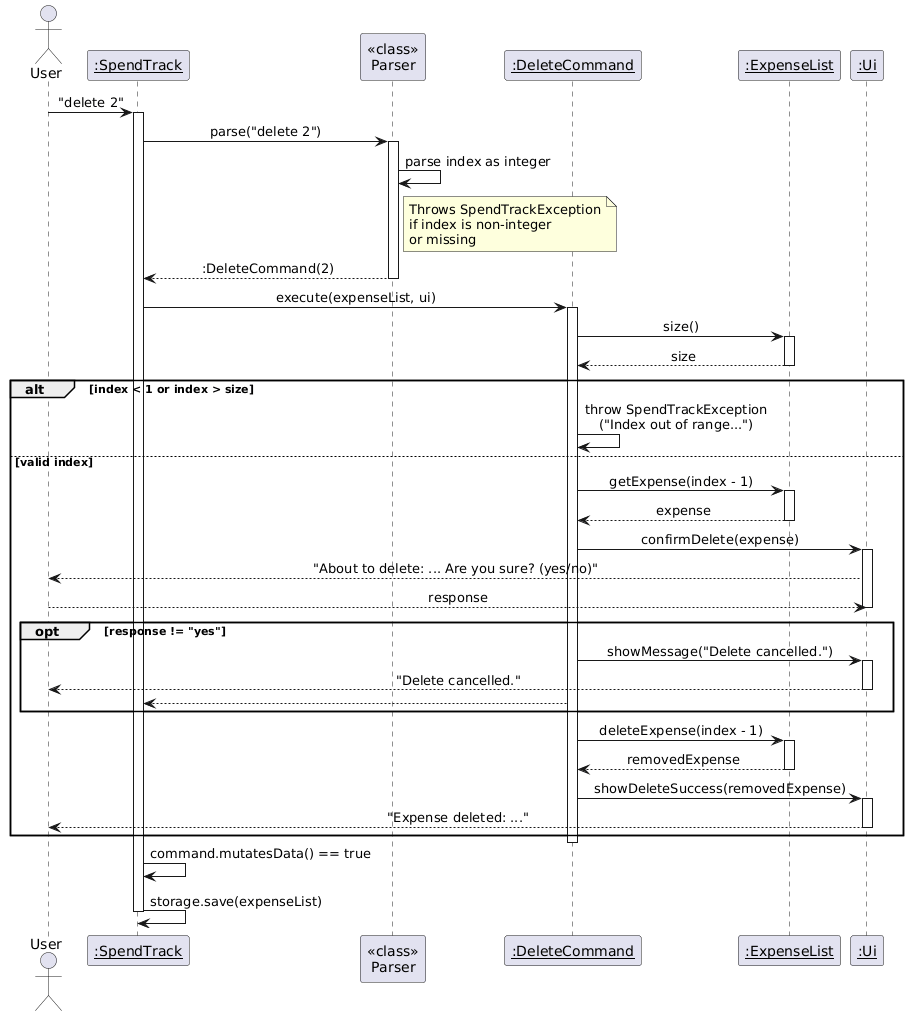
AbhijitBalajee/tp keeps this PlantUML diagram as docs/images/DeleteCommandSequence.png. Above is the earlier version. The source it was exported from:
```plantuml
@startuml
!define BGCOLOR white
skinparam backgroundColor BGCOLOR
skinparam sequenceMessageAlign center

actor User
participant "<u>:SpendTrack</u>" as ST
participant "<<class>>\nParser" as P
participant "<u>:DeleteCommand</u>" as DC
participant "<u>:ExpenseList</u>" as EL
participant "<u>:Ui</u>" as UI

User -> ST : "delete 2"
activate ST

ST -> P : parse("delete 2")
activate P
P -> P : parse index as integer
note right of P
  Throws SpendTrackException
  if index is non-integer
  or missing
end note
P --> ST : :DeleteCommand(2)
deactivate P

ST -> DC : execute(expenseList, ui)
activate DC

DC -> EL : size()
activate EL
EL --> DC : size
deactivate EL

alt index < 1 or index > size
    DC -> DC : throw SpendTrackException\n("Index out of range...")
else valid index
    DC -> EL : getExpense(index - 1)
    activate EL
    EL --> DC : expense
    deactivate EL
    DC -> UI : confirmDelete(expense)
    activate UI
    UI --> User : "About to delete: ... Are you sure? (yes/no)"
    User --> UI : response
    deactivate UI
    opt response != "yes"
        DC -> UI : showMessage("Delete cancelled.")
        activate UI
        UI --> User : "Delete cancelled."
        deactivate UI
        DC --> ST
    end
    DC -> EL : deleteExpense(index - 1)
    activate EL
    EL --> DC : removedExpense
    deactivate EL
    DC -> UI : showDeleteSuccess(removedExpense)
    activate UI
    UI --> User : "Expense deleted: ..."
    deactivate UI
end

deactivate DC

ST -> ST : command.mutatesData() == true
ST -> ST : storage.save(expenseList)

deactivate ST
@enduml
```
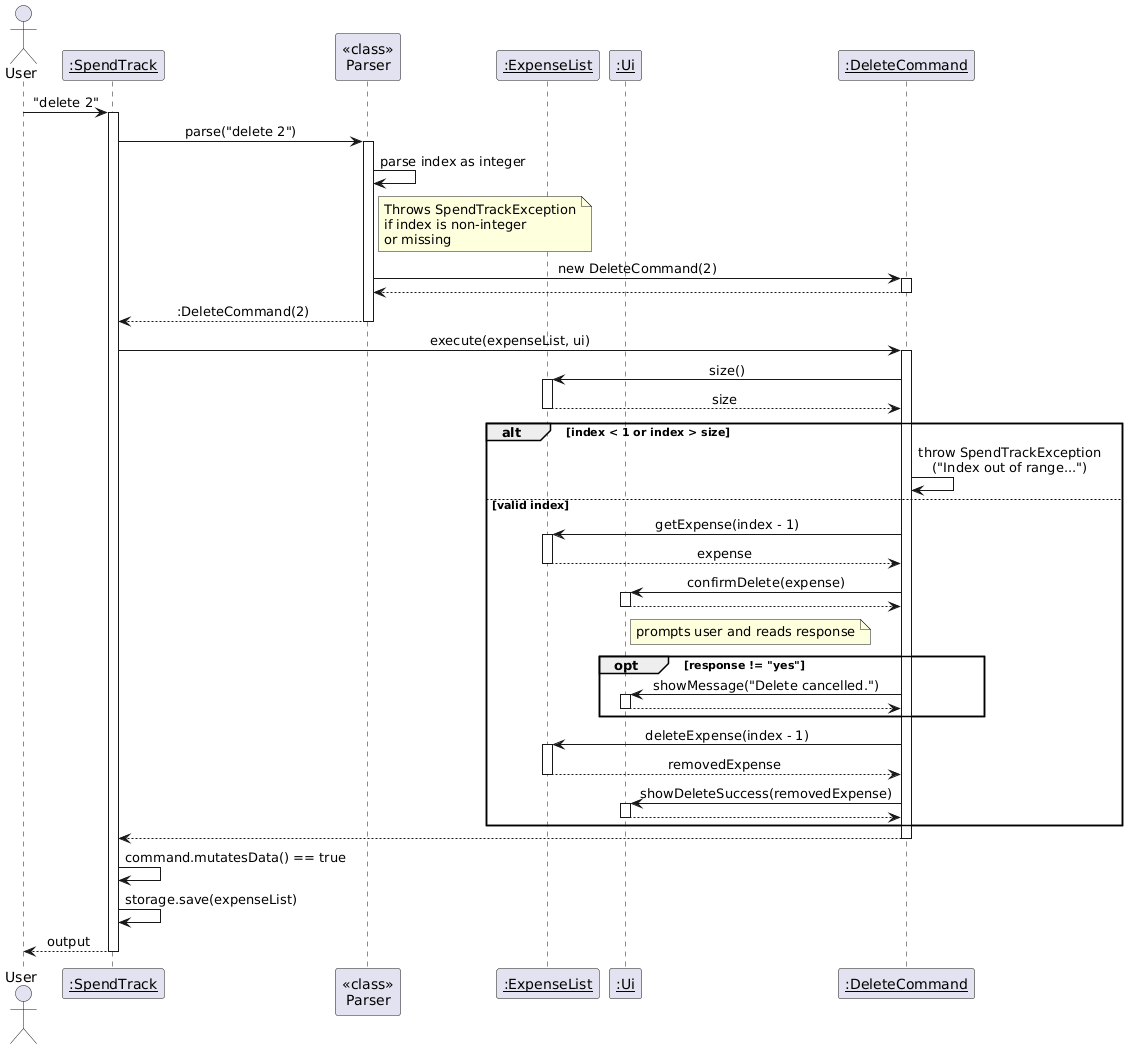
The same diagram one commit later.

The edit, as a diff of the source:
```diff
@@ -21,6 +21,11 @@
   if index is non-integer
   or missing
 end note
+create "<u>:DeleteCommand</u>" as DC
+P -> DC : new DeleteCommand(2)
+activate DC
+DC --> P
+deactivate DC
 P --> ST : :DeleteCommand(2)
 deactivate P
 
@@ -41,15 +46,14 @@
     deactivate EL
     DC -> UI : confirmDelete(expense)
     activate UI
-    UI --> User : "About to delete: ... Are you sure? (yes/no)"
-    User --> UI : response
+    UI --> DC
     deactivate UI
+    note right of UI : prompts user and reads response
     opt response != "yes"
         DC -> UI : showMessage("Delete cancelled.")
         activate UI
-        UI --> User : "Delete cancelled."
+        UI --> DC
         deactivate UI
-        DC --> ST
     end
     DC -> EL : deleteExpense(index - 1)
     activate EL
@@ -57,14 +61,15 @@
     deactivate EL
     DC -> UI : showDeleteSuccess(removedExpense)
     activate UI
-    UI --> User : "Expense deleted: ..."
+    UI --> DC
     deactivate UI
 end
 
+DC --> ST
 deactivate DC
 
 ST -> ST : command.mutatesData() == true
 ST -> ST : storage.save(expenseList)
-
+ST --> User : output
 deactivate ST
 @enduml
```
